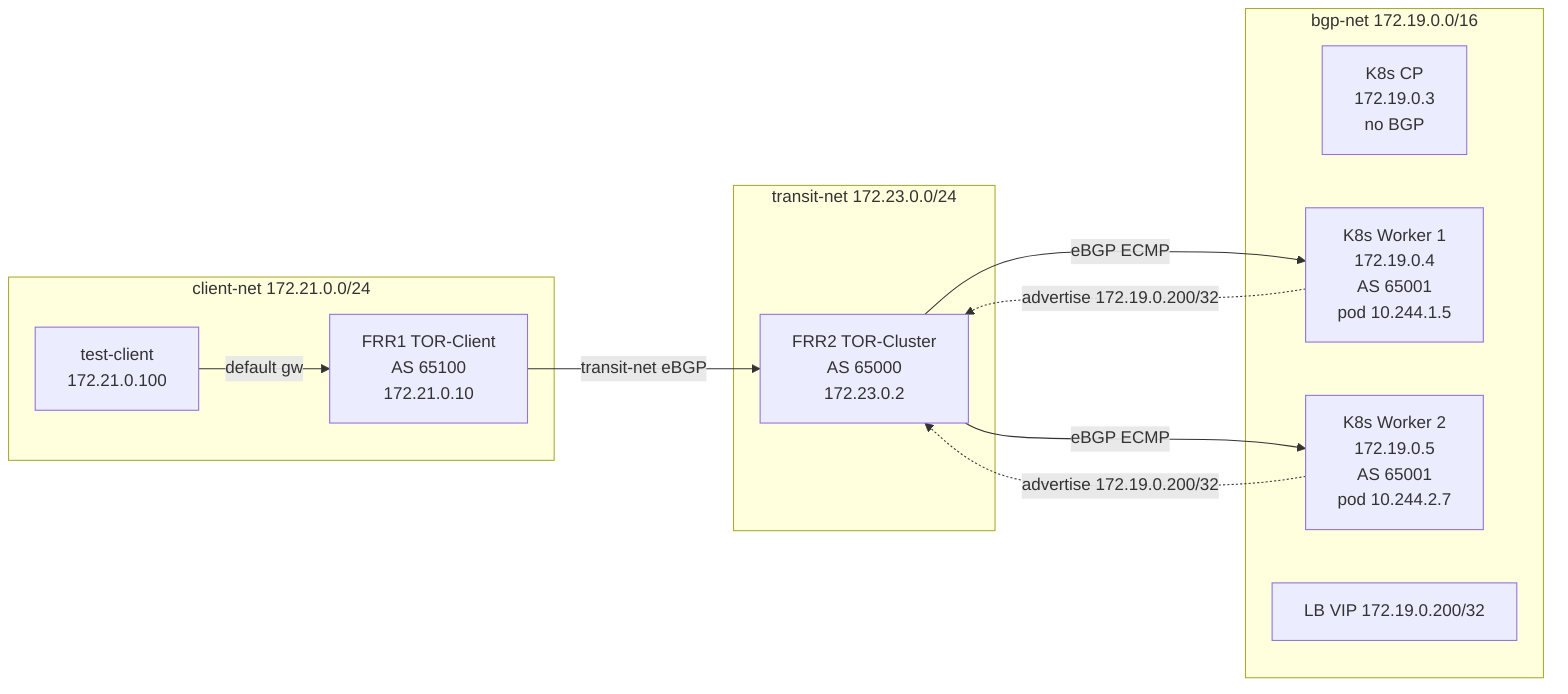
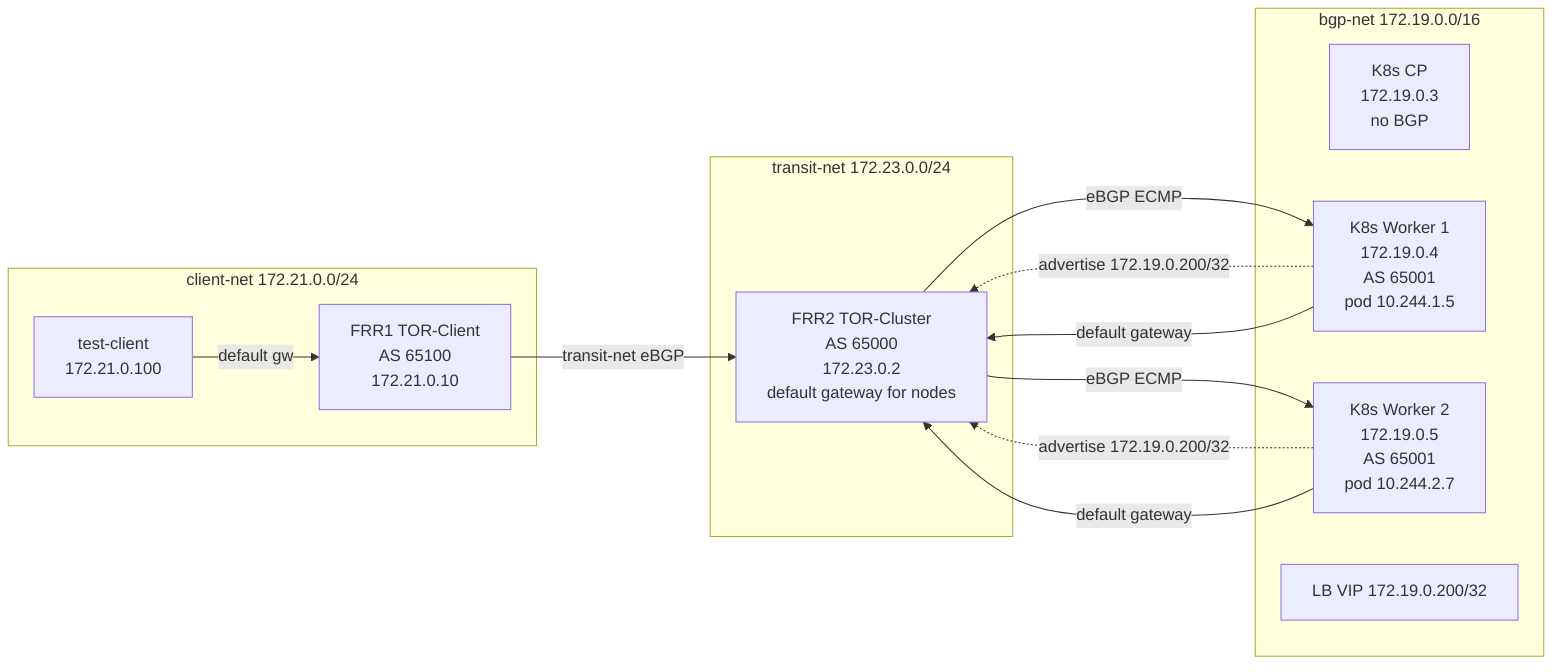
graph LR
    subgraph CN["client-net 172.21.0.0/24"]
        CL[test-client<br/>172.21.0.100] -- default gw --> F1
        F1[FRR1 TOR-Client<br/>AS 65100<br/>172.21.0.10]
    end
    F1 -->|transit-net eBGP| F2
    subgraph TN["transit-net 172.23.0.0/24"]
-         F2[FRR2 TOR-Cluster<br/>AS 65000<br/>172.23.0.2]
+         F2[FRR2 TOR-Cluster<br/>AS 65000<br/>172.23.0.2<br/>default gateway for nodes]
    end
    subgraph BN["bgp-net 172.19.0.0/16"]
        F2
        CP[K8s CP<br/>172.19.0.3<br/>no BGP]
        WK[K8s Worker 1<br/>172.19.0.4<br/>AS 65001<br/>pod 10.244.1.5]
        WK2[K8s Worker 2<br/>172.19.0.5<br/>AS 65001<br/>pod 10.244.2.7]
        LB[LB VIP 172.19.0.200/32]
    end
    F2 -->|eBGP ECMP| WK
    F2 -->|eBGP ECMP| WK2
    WK -.->|advertise 172.19.0.200/32| F2
    WK2 -.->|advertise 172.19.0.200/32| F2
+     WK -->|default gateway| F2
+     WK2 -->|default gateway| F2
